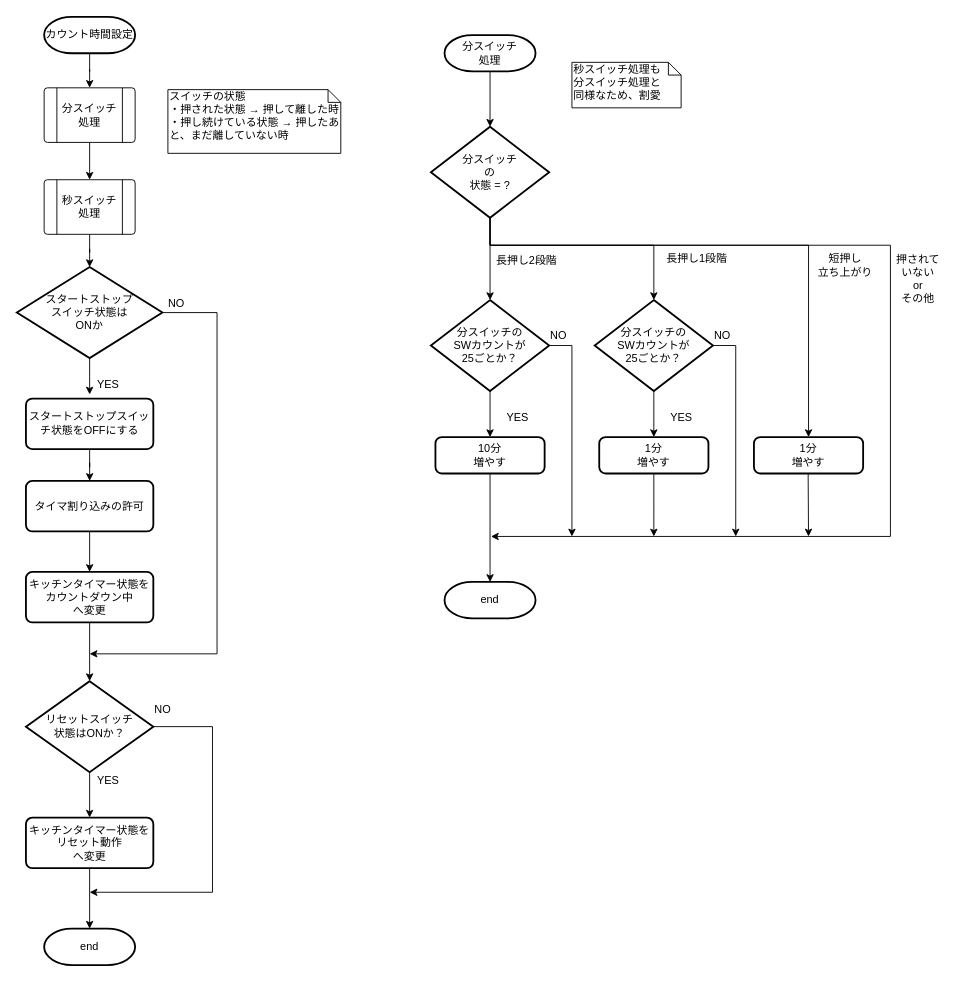
hakohumi/comp.Kitchen_Timer keeps this draw.io diagram as page "カウント時間設定" (2 of 6) of 資料/設計/フローチャート/CountClass/flowchart_CountClass_v0.4.drawio. Above is the earlier version. Source tidied: cells renumbered, new cells numbered last; positions are measured from the earlier drawing's top-left corner, leaving out a move shared by most shapes. Both pictures are drawn from the tidied source at 91%, with x=0, y=0 at pixel (16, 16).
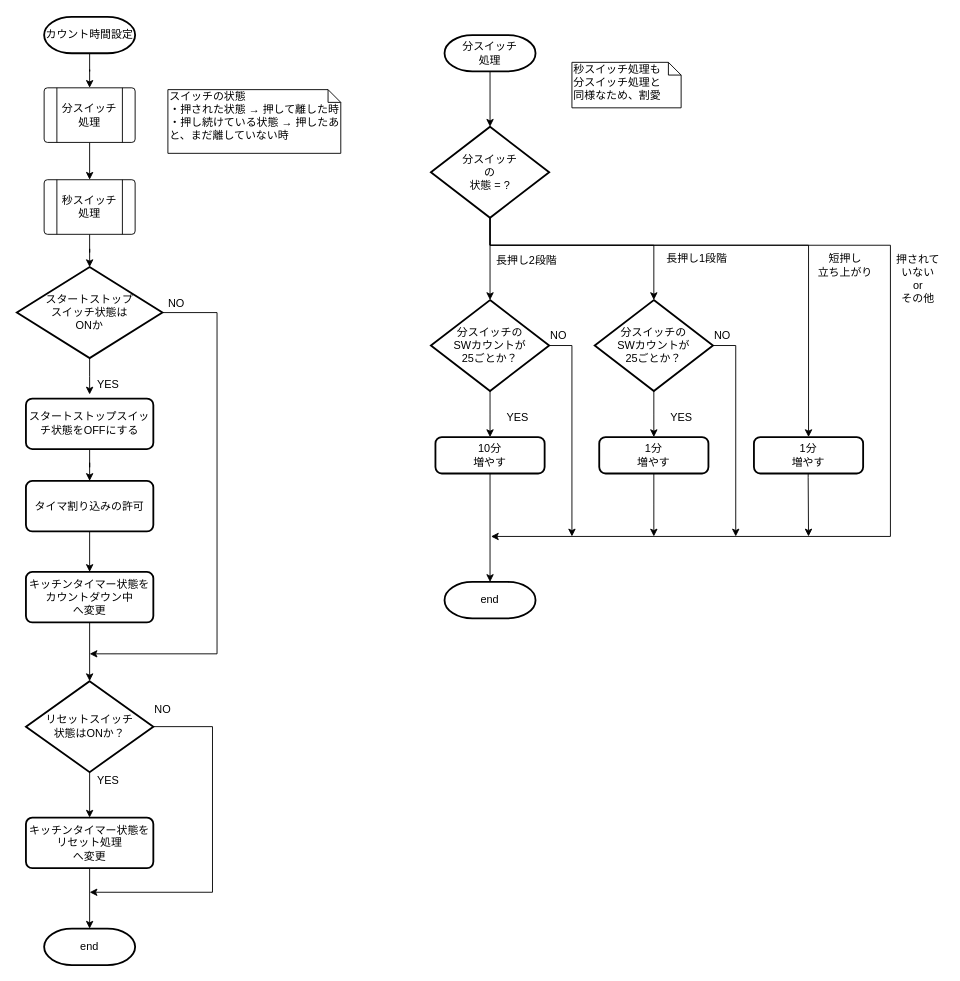
The same page after the edit.

Diff of the diagram source:
```diff
@@
-    <mxCell id="37" value="キッチンタイマー状態を&lt;br&gt;リセット動作&lt;br&gt;へ変更" style="rounded=1;whiteSpace=wrap;html=1;absoluteArcSize=1;arcSize=14;strokeWidth=2;" parent="1" vertex="1">
+    <mxCell id="37" value="キッチンタイマー状態を&lt;br&gt;リセット処理&lt;br&gt;へ変更" style="rounded=1;whiteSpace=wrap;html=1;absoluteArcSize=1;arcSize=14;strokeWidth=2;" parent="1" vertex="1">
       <mxGeometry x="10" y="880" width="140" height="55.5" as="geometry" />
     </mxCell>
```
